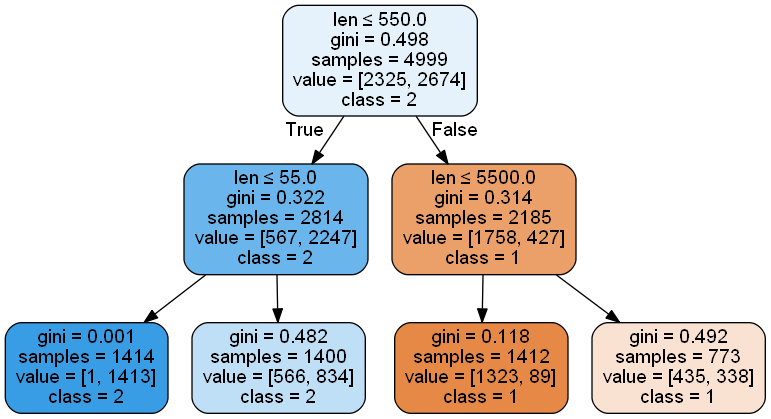
The Graphviz diagram DecisionTree/dt.png in tiagoCMatias/toMergeOrHeap, before a commit. Its source is kept beside it as DecisionTree/dt.dot. Source of this version:
```dot
digraph Tree {
node [shape=box, style="filled, rounded", color="black", fontname=helvetica] ;
edge [fontname=helvetica] ;
0 [label=<len &le; 550.0<br/>gini = 0.498<br/>samples = 4999<br/>value = [2325, 2674]<br/>class = 2>, fillcolor="#399de521"] ;
1 [label=<len &le; 55.0<br/>gini = 0.322<br/>samples = 2814<br/>value = [567, 2247]<br/>class = 2>, fillcolor="#399de5bf"] ;
0 -> 1 [labeldistance=2.5, labelangle=45, headlabel="True"] ;
2 [label=<gini = 0.001<br/>samples = 1414<br/>value = [1, 1413]<br/>class = 2>, fillcolor="#399de5ff"] ;
1 -> 2 ;
3 [label=<gini = 0.482<br/>samples = 1400<br/>value = [566, 834]<br/>class = 2>, fillcolor="#399de552"] ;
1 -> 3 ;
4 [label=<len &le; 5500.0<br/>gini = 0.314<br/>samples = 2185<br/>value = [1758, 427]<br/>class = 1>, fillcolor="#e58139c1"] ;
0 -> 4 [labeldistance=2.5, labelangle=-45, headlabel="False"] ;
5 [label=<gini = 0.118<br/>samples = 1412<br/>value = [1323, 89]<br/>class = 1>, fillcolor="#e58139ee"] ;
4 -> 5 ;
6 [label=<gini = 0.492<br/>samples = 773<br/>value = [435, 338]<br/>class = 1>, fillcolor="#e5813939"] ;
4 -> 6 ;
}
```
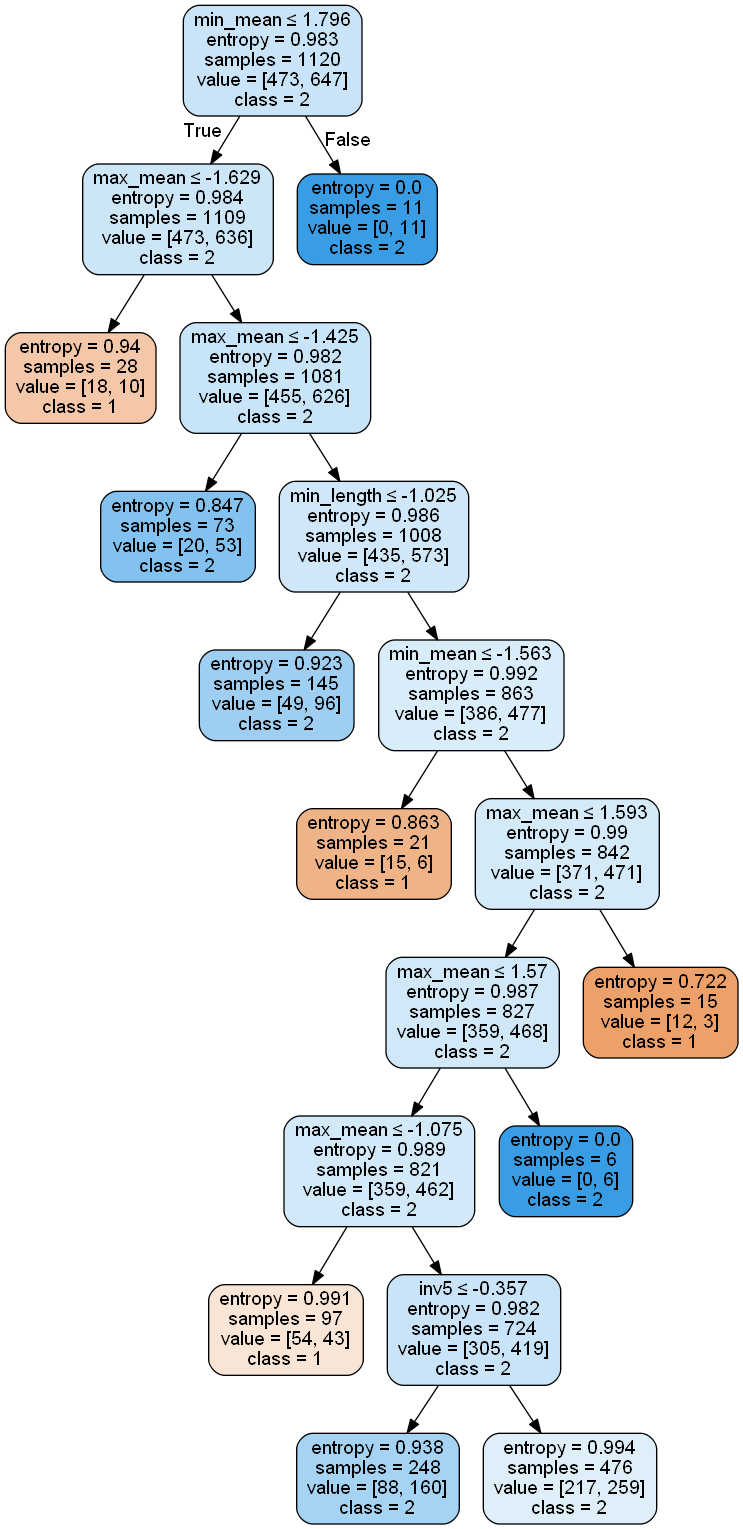
The same diagram one commit later.

Change to the diagram source:
```diff
@@ -1,17 +1,41 @@
 digraph Tree {
 node [shape=box, style="filled, rounded", color="black", fontname=helvetica] ;
 edge [fontname=helvetica] ;
-0 [label=<len &le; 550.0<br/>gini = 0.498<br/>samples = 4999<br/>value = [2325, 2674]<br/>class = 2>, fillcolor="#399de521"] ;
-1 [label=<len &le; 55.0<br/>gini = 0.322<br/>samples = 2814<br/>value = [567, 2247]<br/>class = 2>, fillcolor="#399de5bf"] ;
+0 [label=<min_mean &le; 1.796<br/>entropy = 0.983<br/>samples = 1120<br/>value = [473, 647]<br/>class = 2>, fillcolor="#399de545"] ;
+1 [label=<max_mean &le; -1.629<br/>entropy = 0.984<br/>samples = 1109<br/>value = [473, 636]<br/>class = 2>, fillcolor="#399de541"] ;
 0 -> 1 [labeldistance=2.5, labelangle=45, headlabel="True"] ;
-2 [label=<gini = 0.001<br/>samples = 1414<br/>value = [1, 1413]<br/>class = 2>, fillcolor="#399de5ff"] ;
+2 [label=<entropy = 0.94<br/>samples = 28<br/>value = [18, 10]<br/>class = 1>, fillcolor="#e5813971"] ;
 1 -> 2 ;
-3 [label=<gini = 0.482<br/>samples = 1400<br/>value = [566, 834]<br/>class = 2>, fillcolor="#399de552"] ;
+3 [label=<max_mean &le; -1.425<br/>entropy = 0.982<br/>samples = 1081<br/>value = [455, 626]<br/>class = 2>, fillcolor="#399de546"] ;
 1 -> 3 ;
-4 [label=<len &le; 5500.0<br/>gini = 0.314<br/>samples = 2185<br/>value = [1758, 427]<br/>class = 1>, fillcolor="#e58139c1"] ;
-0 -> 4 [labeldistance=2.5, labelangle=-45, headlabel="False"] ;
-5 [label=<gini = 0.118<br/>samples = 1412<br/>value = [1323, 89]<br/>class = 1>, fillcolor="#e58139ee"] ;
-4 -> 5 ;
-6 [label=<gini = 0.492<br/>samples = 773<br/>value = [435, 338]<br/>class = 1>, fillcolor="#e5813939"] ;
-4 -> 6 ;
+4 [label=<entropy = 0.847<br/>samples = 73<br/>value = [20, 53]<br/>class = 2>, fillcolor="#399de59f"] ;
+3 -> 4 ;
+5 [label=<min_length &le; -1.025<br/>entropy = 0.986<br/>samples = 1008<br/>value = [435, 573]<br/>class = 2>, fillcolor="#399de53d"] ;
+3 -> 5 ;
+6 [label=<entropy = 0.923<br/>samples = 145<br/>value = [49, 96]<br/>class = 2>, fillcolor="#399de57d"] ;
+5 -> 6 ;
+7 [label=<min_mean &le; -1.563<br/>entropy = 0.992<br/>samples = 863<br/>value = [386, 477]<br/>class = 2>, fillcolor="#399de531"] ;
+5 -> 7 ;
+8 [label=<entropy = 0.863<br/>samples = 21<br/>value = [15, 6]<br/>class = 1>, fillcolor="#e5813999"] ;
+7 -> 8 ;
+9 [label=<max_mean &le; 1.593<br/>entropy = 0.99<br/>samples = 842<br/>value = [371, 471]<br/>class = 2>, fillcolor="#399de536"] ;
+7 -> 9 ;
+10 [label=<max_mean &le; 1.57<br/>entropy = 0.987<br/>samples = 827<br/>value = [359, 468]<br/>class = 2>, fillcolor="#399de53b"] ;
+9 -> 10 ;
+11 [label=<max_mean &le; -1.075<br/>entropy = 0.989<br/>samples = 821<br/>value = [359, 462]<br/>class = 2>, fillcolor="#399de539"] ;
+10 -> 11 ;
+12 [label=<entropy = 0.991<br/>samples = 97<br/>value = [54, 43]<br/>class = 1>, fillcolor="#e5813934"] ;
+11 -> 12 ;
+13 [label=<inv5 &le; -0.357<br/>entropy = 0.982<br/>samples = 724<br/>value = [305, 419]<br/>class = 2>, fillcolor="#399de545"] ;
+11 -> 13 ;
+14 [label=<entropy = 0.938<br/>samples = 248<br/>value = [88, 160]<br/>class = 2>, fillcolor="#399de573"] ;
+13 -> 14 ;
+15 [label=<entropy = 0.994<br/>samples = 476<br/>value = [217, 259]<br/>class = 2>, fillcolor="#399de529"] ;
+13 -> 15 ;
+16 [label=<entropy = 0.0<br/>samples = 6<br/>value = [0, 6]<br/>class = 2>, fillcolor="#399de5ff"] ;
+10 -> 16 ;
+17 [label=<entropy = 0.722<br/>samples = 15<br/>value = [12, 3]<br/>class = 1>, fillcolor="#e58139bf"] ;
+9 -> 17 ;
+18 [label=<entropy = 0.0<br/>samples = 11<br/>value = [0, 11]<br/>class = 2>, fillcolor="#399de5ff"] ;
+0 -> 18 [labeldistance=2.5, labelangle=-45, headlabel="False"] ;
 }
```
